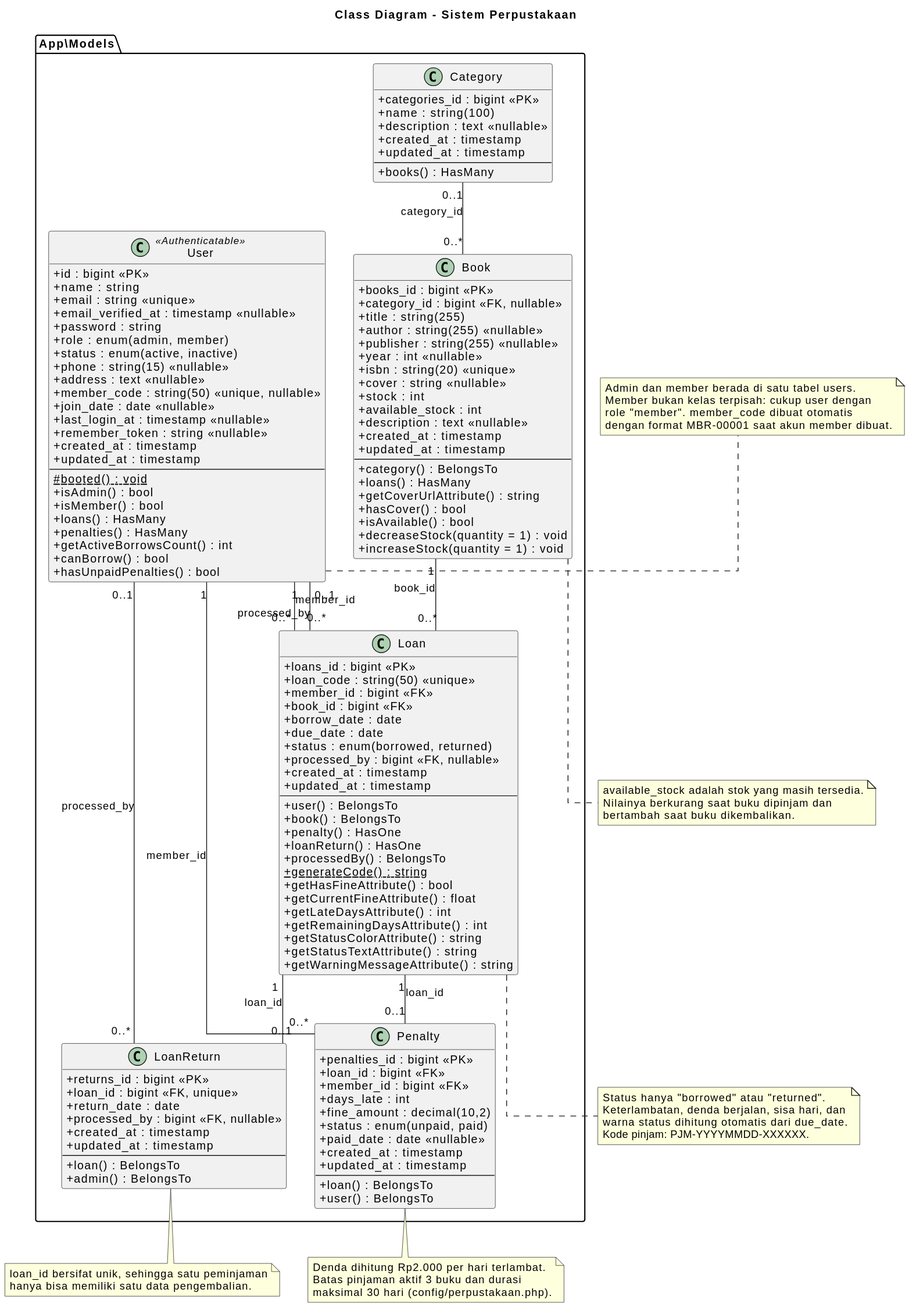
Before: docs/uml/class-diagram.svg, a diagram exported from PlantUML (OuLz-dev/library-management-laravel).
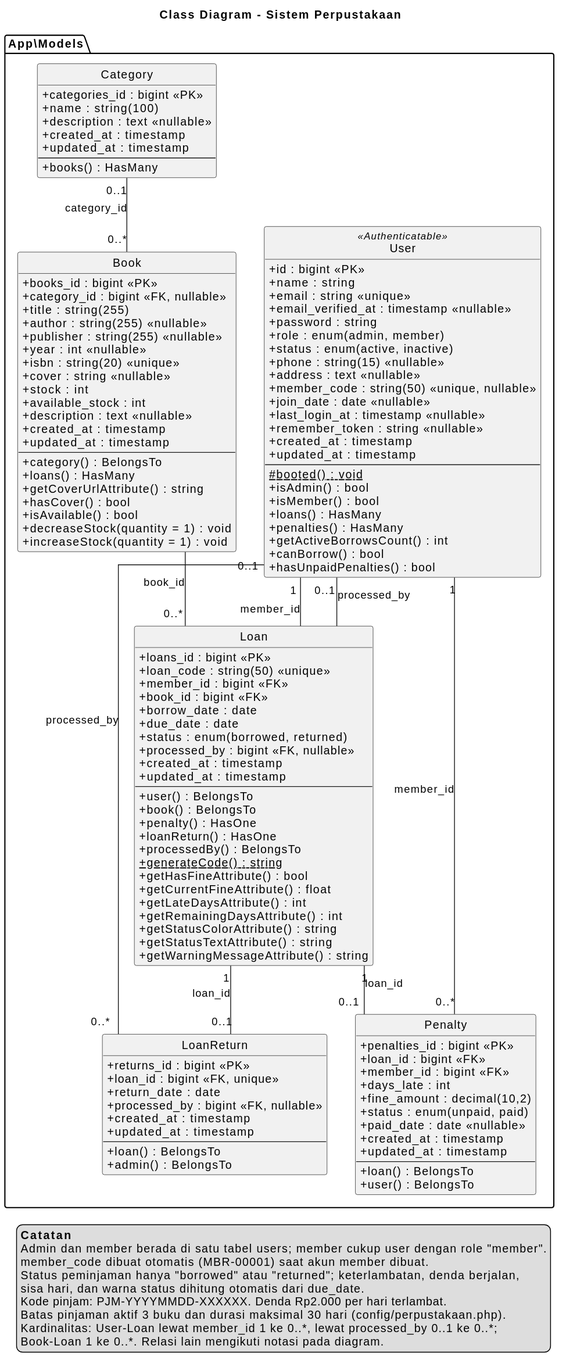
After the change.

Commit message:
Memperbarui Cover Buku

Change to the diagram source:
```diff
@@ -1,6 +1,7 @@
 @startuml
 title Class Diagram - Sistem Perpustakaan
 skinparam classAttributeIconSize 0
+hide circle
 skinparam shadowing false
 skinparam linetype ortho
 
@@ -123,43 +124,26 @@
 
 }
 
-User "1" -- "0..*" Loan : member_id
+User "1" -- Loan : member_id
 User "1" -- "0..*" Penalty : member_id
-User "0..1" -- "0..*" Loan : processed_by
+User "0..1" -- Loan : processed_by
 User "0..1" -- "0..*" LoanReturn : processed_by
 Category "0..1" -- "0..*" Book : category_id
-Book "1" -- "0..*" Loan : book_id
+Book -- "0..*" Loan : book_id
 Loan "1" -- "0..1" Penalty : loan_id
 Loan "1" -- "0..1" LoanReturn : loan_id
 
-note right of User
-  Admin dan member berada di satu tabel users.
-  Member bukan kelas terpisah: cukup user dengan
-  role "member". member_code dibuat otomatis
-  dengan format MBR-00001 saat akun member dibuat.
-end note
+User -[hidden]left- Book
 
-note bottom of Book
-  available_stock adalah stok yang masih tersedia.
-  Nilainya berkurang saat buku dipinjam dan
-  bertambah saat buku dikembalikan.
-end note
-
-note bottom of Loan
-  Status hanya "borrowed" atau "returned".
-  Keterlambatan, denda berjalan, sisa hari, dan
-  warna status dihitung otomatis dari due_date.
-  Kode pinjam: PJM-YYYYMMDD-XXXXXX.
-end note
-
-note bottom of LoanReturn
-  loan_id bersifat unik, sehingga satu peminjaman
-  hanya bisa memiliki satu data pengembalian.
-end note
-
-note bottom of Penalty
-  Denda dihitung Rp2.000 per hari terlambat.
-  Batas pinjaman aktif 3 buku dan durasi
-  maksimal 30 hari (config/perpustakaan.php).
-end note
+legend right
+  <b>Catatan</b>
+  Admin dan member berada di satu tabel users; member cukup user dengan role "member".
+  member_code dibuat otomatis (MBR-00001) saat akun member dibuat.
+  Status peminjaman hanya "borrowed" atau "returned"; keterlambatan, denda berjalan,
+  sisa hari, dan warna status dihitung otomatis dari due_date.
+  Kode pinjam: PJM-YYYYMMDD-XXXXXX. Denda Rp2.000 per hari terlambat.
+  Batas pinjaman aktif 3 buku dan durasi maksimal 30 hari (config/perpustakaan.php).
+  Kardinalitas: User-Loan lewat member_id 1 ke 0..*, lewat processed_by 0..1 ke 0..*;
+  Book-Loan 1 ke 0..*. Relasi lain mengikuti notasi pada diagram.
+endlegend
 @enduml
```
